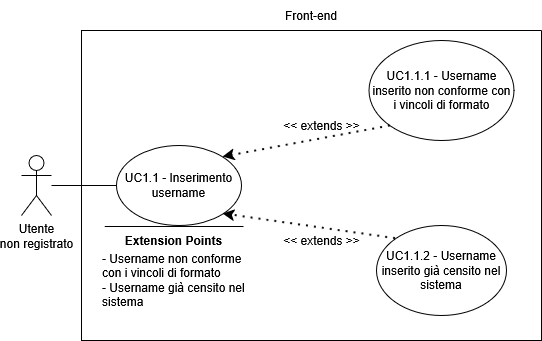
SkarabGroup/DocumentazioneProgetto keeps this draw.io diagram as assets/diagrams/UC1_1.png. Above is the earlier version. Source tidied: cells renumbered, new cells last; positions are measured from the earlier drawing's top-left corner, leaving out a move shared by most shapes.
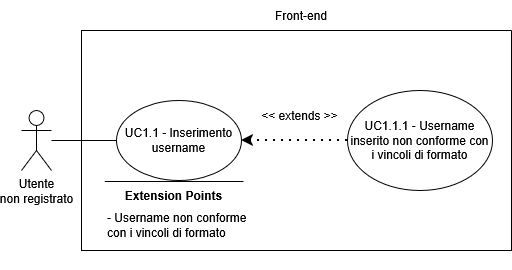
Above is the later version.

Diff of the diagram source:
```diff
@@ -3,49 +3,40 @@
     <mxCell id="0" />
     <mxCell id="1" parent="0" />
     <mxCell id="2" value="&lt;div&gt;Utente&lt;/div&gt;&lt;div&gt;non registrato&lt;/div&gt;" style="shape=umlActor;verticalLabelPosition=bottom;verticalAlign=top;html=1;outlineConnect=0;" parent="1" vertex="1">
-      <mxGeometry y="155" width="30" height="60" as="geometry" />
+      <mxGeometry y="110" width="30" height="60" as="geometry" />
     </mxCell>
     <mxCell id="3" style="swimlane;startSize=0;" parent="1" vertex="1">
-      <mxGeometry x="60" y="30" width="460" height="310" as="geometry" />
+      <mxGeometry x="60" y="30" width="430" height="220" as="geometry" />
     </mxCell>
     <mxCell id="4" value="&lt;div&gt;UC1.1 - Inserimento username&lt;/div&gt;" style="ellipse;whiteSpace=wrap;html=1;" parent="3" vertex="1">
-      <mxGeometry x="35" y="115" width="125" height="80" as="geometry" />
+      <mxGeometry x="35" y="70" width="125" height="80" as="geometry" />
     </mxCell>
     <mxCell id="5" value="UC1.1.1 - Username inserito non conforme con i vincoli di formato" style="ellipse;whiteSpace=wrap;html=1;" parent="3" vertex="1">
-      <mxGeometry x="287.5" y="10" width="145" height="100" as="geometry" />
+      <mxGeometry x="266" y="60" width="145" height="100" as="geometry" />
     </mxCell>
-    <mxCell id="6" style="endArrow=classic;dashed=1;html=1;dashPattern=1 3;strokeWidth=2;rounded=0;entryX=1;entryY=0;entryDx=0;entryDy=0;exitX=0;exitY=1;exitDx=0;exitDy=0;strokeColor=default;curved=0;endFill=1;endSize=6;" parent="3" edge="1" source="5" target="4">
+    <mxCell id="6" style="endArrow=classic;dashed=1;html=1;dashPattern=1 3;strokeWidth=2;rounded=0;entryX=1;entryY=0.5;entryDx=0;entryDy=0;exitX=0;exitY=0.5;exitDx=0;exitDy=0;strokeColor=default;curved=0;endFill=1;endSize=6;" parent="3" edge="1" source="5" target="4">
       <mxGeometry relative="1" as="geometry" />
     </mxCell>
     <mxCell id="7" value="&lt;div&gt;&amp;lt;&amp;lt; extends &amp;gt;&amp;gt;&lt;/div&gt;" style="text;html=1;whiteSpace=wrap;strokeColor=none;fillColor=none;align=center;verticalAlign=middle;rounded=0;" parent="3" vertex="1">
-      <mxGeometry x="192.5" y="80" width="95" height="30" as="geometry" />
+      <mxGeometry x="171" y="70" width="95" height="30" as="geometry" />
     </mxCell>
-    <mxCell id="8" value="UC1.1.2 - Username inserito già censito nel sistema" style="ellipse;whiteSpace=wrap;html=1;" parent="3" vertex="1">
-      <mxGeometry x="295" y="195" width="130" height="90" as="geometry" />
-    </mxCell>
-    <mxCell id="9" style="endArrow=classic;dashed=1;html=1;dashPattern=1 3;strokeWidth=2;rounded=0;entryX=1;entryY=1;entryDx=0;entryDy=0;exitX=0;exitY=0;exitDx=0;exitDy=0;strokeColor=default;curved=0;endFill=1;endSize=6;" parent="3" edge="1" source="8" target="4">
-      <mxGeometry relative="1" as="geometry" />
-    </mxCell>
-    <mxCell id="10" value="&amp;lt;&amp;lt; extends &amp;gt;&amp;gt;" style="text;html=1;whiteSpace=wrap;strokeColor=none;fillColor=none;align=center;verticalAlign=middle;rounded=0;" parent="3" vertex="1">
-      <mxGeometry x="192.5" y="195" width="95" height="30" as="geometry" />
-    </mxCell>
     <mxCell id="11" style="endArrow=none;html=1;rounded=0;" parent="3" edge="1">
       <mxGeometry relative="1" as="geometry">
-        <mxPoint x="162" y="196" as="sourcePoint" />
-        <mxPoint x="23.2" y="196" as="targetPoint" />
+        <mxPoint x="162" y="151" as="sourcePoint" />
+        <mxPoint x="23.2" y="151" as="targetPoint" />
       </mxGeometry>
     </mxCell>
     <mxCell id="12" value="&lt;b&gt;Extension Points&lt;/b&gt;" style="text;html=1;whiteSpace=wrap;strokeColor=none;fillColor=none;align=center;verticalAlign=middle;rounded=0;strokeWidth=5;" parent="3" vertex="1">
-      <mxGeometry x="35" y="195" width="115" height="30" as="geometry" />
+      <mxGeometry x="35" y="150" width="115" height="30" as="geometry" />
     </mxCell>
-    <mxCell id="13" value="&lt;div align=&quot;left&quot;&gt;- Username non conforme con i vincoli di formato&lt;/div&gt;&lt;div align=&quot;left&quot;&gt;- Username già censito nel sistema&lt;/div&gt;" style="text;html=1;whiteSpace=wrap;strokeColor=none;fillColor=none;align=left;verticalAlign=middle;rounded=0;" parent="3" vertex="1">
-      <mxGeometry x="19" y="205" width="147" height="90" as="geometry" />
+    <mxCell id="13" value="&lt;div align=&quot;left&quot;&gt;- Username non conforme con i vincoli di formato&lt;/div&gt;" style="text;html=1;whiteSpace=wrap;strokeColor=none;fillColor=none;align=left;verticalAlign=middle;rounded=0;" parent="3" vertex="1">
+      <mxGeometry x="24" y="150" width="147" height="90" as="geometry" />
     </mxCell>
     <mxCell id="14" style="endArrow=none;html=1;rounded=0;entryX=0;entryY=0.5;entryDx=0;entryDy=0;" parent="1" edge="1" source="2" target="4">
       <mxGeometry relative="1" as="geometry" />
     </mxCell>
     <mxCell id="15" value="Front-end" style="text;html=1;whiteSpace=wrap;strokeColor=none;fillColor=none;align=center;verticalAlign=middle;rounded=0;" parent="1" vertex="1">
-      <mxGeometry x="260" width="60" height="30" as="geometry" />
+      <mxGeometry x="250" width="60" height="30" as="geometry" />
     </mxCell>
   </root>
 </mxGraphModel>
```
